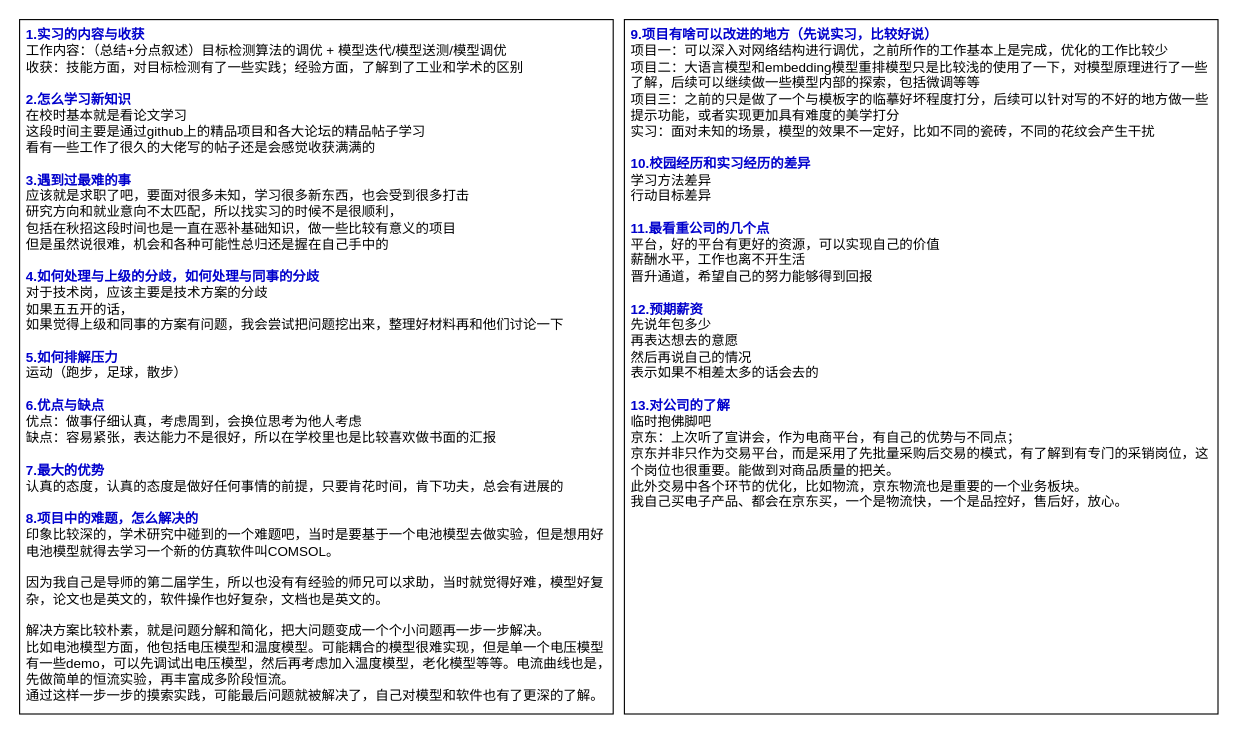
Above: HR面试.drawio in limpid-11/drawio (draw.io), before the change. Source tidied: cells renumbered, new cells numbered last; positions are measured from the earlier drawing's top-left corner, leaving out a move shared by most shapes. Both pictures are drawn from the tidied source at 112%, with x=0, y=0 at pixel (19, 19).
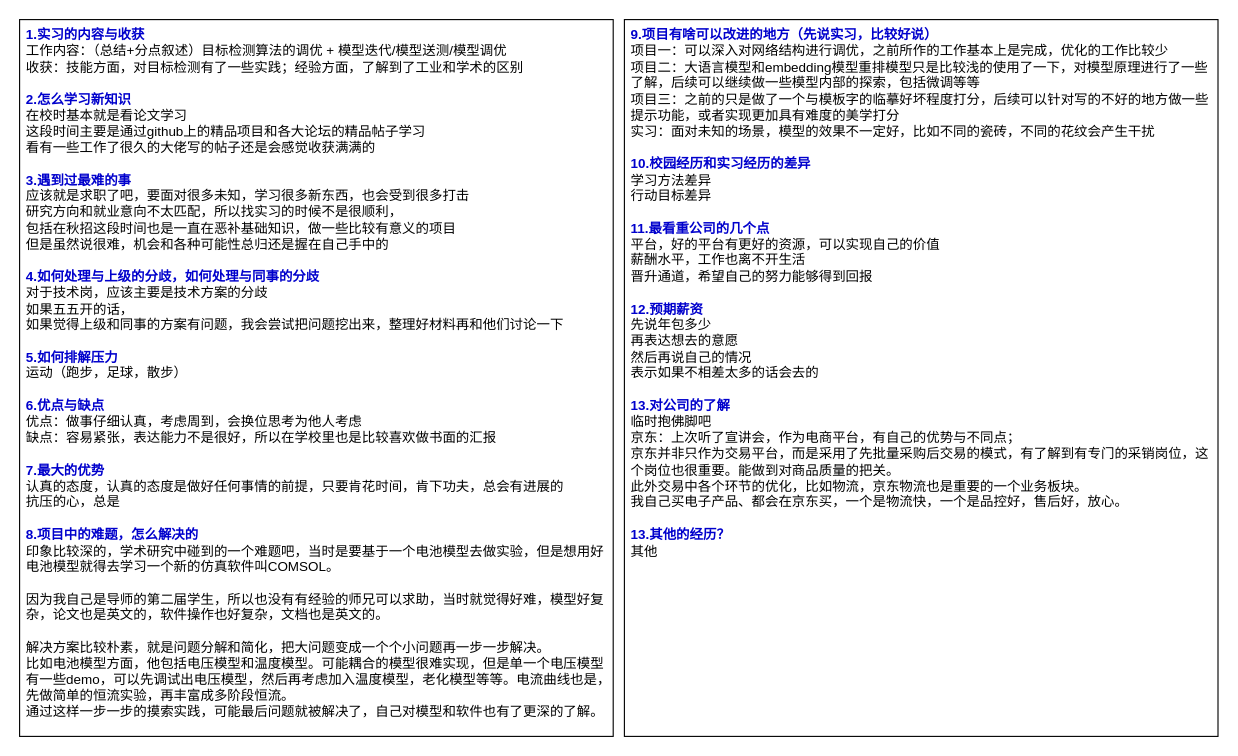
After the change.

What changed in the source:
```diff
@@
 <mxGraphModel>
   <root>
     <mxCell id="0" />
     <mxCell id="1" parent="0" />
-    <mxCell id="2" value="&lt;font color=&quot;#0000cc&quot;&gt;&lt;b&gt;1.实习的内容与收获&lt;/b&gt;&lt;/font&gt;&lt;div&gt;工作内容：（总结+分点叙述）目标检测算法的调优 + 模型迭代/模型送测/模型调优&lt;/div&gt;&lt;div&gt;收获：&lt;span style=&quot;background-color: initial;&quot;&gt;技能方面，对目标检测有了一些实践；&lt;/span&gt;&lt;span style=&quot;background-color: initial;&quot;&gt;经验方面，了解到了工业和学术的区别&lt;/span&gt;&lt;/div&gt;&lt;div&gt;&lt;br&gt;&lt;/div&gt;&lt;div&gt;&lt;font color=&quot;#0000cc&quot;&gt;&lt;b&gt;2.怎么学习新知识&lt;/b&gt;&lt;/font&gt;&lt;/div&gt;&lt;div&gt;在校时基本就是看论文学习&lt;/div&gt;&lt;div&gt;这段时间主要是通过github上的精品项目和各大论坛的精品帖子学习&lt;/div&gt;&lt;div&gt;看有一些工作了很久的大佬写的帖子还是会感觉收获满满的&lt;/div&gt;&lt;div&gt;&lt;br&gt;&lt;/div&gt;&lt;div&gt;&lt;font color=&quot;#0000cc&quot;&gt;&lt;b&gt;3.遇到过最难的事&lt;/b&gt;&lt;/font&gt;&lt;/div&gt;&lt;div&gt;应该就是求职了吧，要面对很多未知，学习很多新东西，也会受到很多打击&lt;/div&gt;&lt;div&gt;研究方向和就业意向不太匹配，所以找实习的时候不是很顺利，&lt;/div&gt;&lt;div&gt;包括在秋招这段时间也是一直在恶补基础知识，做一些比较有意义的项目&lt;/div&gt;&lt;div&gt;但是虽然说很难，机会和各种可能性总归还是握在自己手中的&lt;/div&gt;&lt;div&gt;&lt;br&gt;&lt;/div&gt;&lt;div&gt;&lt;font color=&quot;#0000cc&quot;&gt;&lt;b&gt;4.如何处理与上级的分歧，如何处理与同事的分歧&lt;/b&gt;&lt;/font&gt;&lt;/div&gt;&lt;div&gt;对于技术岗，应该主要是技术方案的分歧&lt;/div&gt;&lt;div&gt;如果五五开的话，&lt;/div&gt;&lt;div&gt;如果觉得上级和同事的方案有问题，我会尝试把问题挖出来，整理好材料再和他们讨论一下&lt;/div&gt;&lt;div&gt;&lt;br&gt;&lt;/div&gt;&lt;div&gt;&lt;font color=&quot;#0000cc&quot;&gt;&lt;b&gt;5.如何排解压力&lt;/b&gt;&lt;/font&gt;&lt;/div&gt;&lt;div&gt;运动（跑步，足球，散步）&lt;/div&gt;&lt;div&gt;&lt;br&gt;&lt;/div&gt;&lt;div&gt;&lt;font color=&quot;#0000cc&quot;&gt;&lt;b&gt;6.优点与缺点&lt;/b&gt;&lt;/font&gt;&lt;/div&gt;&lt;div&gt;优点：做事仔细认真，考虑周到，会换位思考为他人考虑&lt;/div&gt;&lt;div&gt;缺点：容易紧张，表达能力不是很好，所以在学校里也是比较喜欢做书面的汇报&lt;/div&gt;&lt;div&gt;&lt;br&gt;&lt;/div&gt;&lt;div&gt;&lt;font color=&quot;#0000cc&quot;&gt;&lt;b&gt;7.最大的优势&lt;/b&gt;&lt;/font&gt;&lt;/div&gt;&lt;div&gt;认真的态度，认真的态度是做好任何事情的前提，只要肯花时间，肯下功夫，总会有进展的&lt;/div&gt;&lt;div&gt;&lt;br&gt;&lt;/div&gt;&lt;div&gt;&lt;font color=&quot;#0000cc&quot;&gt;&lt;b&gt;8.项目中的难题，怎么解决的&lt;/b&gt;&lt;/font&gt;&lt;/div&gt;&lt;div&gt;印象比较深的，学术研究中碰到的一个难题吧，当时是要基于一个电池模型去做实验，但是想用好电池模型就得去学习一个新的仿真软件叫COMSOL。&lt;/div&gt;&lt;div&gt;&lt;br&gt;&lt;/div&gt;&lt;div&gt;因为我自己是导师的第二届学生，所以也没有有经验的师兄可以求助，当时就觉得好难，模型好复杂，论文也是英文的，软件操作也好复杂，文档也是英文的。&lt;/div&gt;&lt;div&gt;&lt;br&gt;&lt;/div&gt;&lt;div&gt;解决方案比较朴素，就是问题分解和简化，把大问题变成一个个小问题再一步一步解决。&lt;/div&gt;&lt;div&gt;比如电池模型方面，他包括电压模型和温度模型。可能耦合的模型很难实现，但是单一个电压模型有一些demo，可以先调试出电压模型，然后再考虑加入温度模型，老化模型等等。电流曲线也是，先做简单的恒流实验，再丰富成多阶段恒流。&lt;/div&gt;&lt;div&gt;通过这样一步一步的摸索实践，可能最后问题就被解决了，自己对模型和软件也有了更深的了解。&lt;/div&gt;&lt;div&gt;&lt;br&gt;&lt;/div&gt;" style="rounded=0;whiteSpace=wrap;html=1;align=left;verticalAlign=top;spacingLeft=4;" parent="1" vertex="1">
-      <mxGeometry width="530" height="620" as="geometry" />
+    <mxCell id="2" value="&lt;font color=&quot;#0000cc&quot;&gt;&lt;b&gt;1.实习的内容与收获&lt;/b&gt;&lt;/font&gt;&lt;div&gt;工作内容：（总结+分点叙述）目标检测算法的调优 + 模型迭代/模型送测/模型调优&lt;/div&gt;&lt;div&gt;收获：&lt;span style=&quot;background-color: initial;&quot;&gt;技能方面，对目标检测有了一些实践；&lt;/span&gt;&lt;span style=&quot;background-color: initial;&quot;&gt;经验方面，了解到了工业和学术的区别&lt;/span&gt;&lt;/div&gt;&lt;div&gt;&lt;br&gt;&lt;/div&gt;&lt;div&gt;&lt;font color=&quot;#0000cc&quot;&gt;&lt;b&gt;2.怎么学习新知识&lt;/b&gt;&lt;/font&gt;&lt;/div&gt;&lt;div&gt;在校时基本就是看论文学习&lt;/div&gt;&lt;div&gt;这段时间主要是通过github上的精品项目和各大论坛的精品帖子学习&lt;/div&gt;&lt;div&gt;看有一些工作了很久的大佬写的帖子还是会感觉收获满满的&lt;/div&gt;&lt;div&gt;&lt;br&gt;&lt;/div&gt;&lt;div&gt;&lt;font color=&quot;#0000cc&quot;&gt;&lt;b&gt;3.遇到过最难的事&lt;/b&gt;&lt;/font&gt;&lt;/div&gt;&lt;div&gt;应该就是求职了吧，要面对很多未知，学习很多新东西，也会受到很多打击&lt;/div&gt;&lt;div&gt;研究方向和就业意向不太匹配，所以找实习的时候不是很顺利，&lt;/div&gt;&lt;div&gt;包括在秋招这段时间也是一直在恶补基础知识，做一些比较有意义的项目&lt;/div&gt;&lt;div&gt;但是虽然说很难，机会和各种可能性总归还是握在自己手中的&lt;/div&gt;&lt;div&gt;&lt;br&gt;&lt;/div&gt;&lt;div&gt;&lt;font color=&quot;#0000cc&quot;&gt;&lt;b&gt;4.如何处理与上级的分歧，如何处理与同事的分歧&lt;/b&gt;&lt;/font&gt;&lt;/div&gt;&lt;div&gt;对于技术岗，应该主要是技术方案的分歧&lt;/div&gt;&lt;div&gt;如果五五开的话，&lt;/div&gt;&lt;div&gt;如果觉得上级和同事的方案有问题，我会尝试把问题挖出来，整理好材料再和他们讨论一下&lt;/div&gt;&lt;div&gt;&lt;br&gt;&lt;/div&gt;&lt;div&gt;&lt;font color=&quot;#0000cc&quot;&gt;&lt;b&gt;5.如何排解压力&lt;/b&gt;&lt;/font&gt;&lt;/div&gt;&lt;div&gt;运动（跑步，足球，散步）&lt;/div&gt;&lt;div&gt;&lt;br&gt;&lt;/div&gt;&lt;div&gt;&lt;font color=&quot;#0000cc&quot;&gt;&lt;b&gt;6.优点与缺点&lt;/b&gt;&lt;/font&gt;&lt;/div&gt;&lt;div&gt;优点：做事仔细认真，考虑周到，会换位思考为他人考虑&lt;/div&gt;&lt;div&gt;缺点：容易紧张，表达能力不是很好，所以在学校里也是比较喜欢做书面的汇报&lt;/div&gt;&lt;div&gt;&lt;br&gt;&lt;/div&gt;&lt;div&gt;&lt;font color=&quot;#0000cc&quot;&gt;&lt;b&gt;7.最大的优势&lt;/b&gt;&lt;/font&gt;&lt;/div&gt;&lt;div&gt;认真的态度，认真的态度是做好任何事情的前提，只要肯花时间，肯下功夫，总会有进展的&lt;/div&gt;&lt;div&gt;抗压的心，总是&lt;/div&gt;&lt;div&gt;&lt;br&gt;&lt;/div&gt;&lt;div&gt;&lt;font color=&quot;#0000cc&quot;&gt;&lt;b&gt;8.项目中的难题，怎么解决的&lt;/b&gt;&lt;/font&gt;&lt;/div&gt;&lt;div&gt;印象比较深的，学术研究中碰到的一个难题吧，当时是要基于一个电池模型去做实验，但是想用好电池模型就得去学习一个新的仿真软件叫COMSOL。&lt;/div&gt;&lt;div&gt;&lt;br&gt;&lt;/div&gt;&lt;div&gt;因为我自己是导师的第二届学生，所以也没有有经验的师兄可以求助，当时就觉得好难，模型好复杂，论文也是英文的，软件操作也好复杂，文档也是英文的。&lt;/div&gt;&lt;div&gt;&lt;br&gt;&lt;/div&gt;&lt;div&gt;解决方案比较朴素，就是问题分解和简化，把大问题变成一个个小问题再一步一步解决。&lt;/div&gt;&lt;div&gt;比如电池模型方面，他包括电压模型和温度模型。可能耦合的模型很难实现，但是单一个电压模型有一些demo，可以先调试出电压模型，然后再考虑加入温度模型，老化模型等等。电流曲线也是，先做简单的恒流实验，再丰富成多阶段恒流。&lt;/div&gt;&lt;div&gt;通过这样一步一步的摸索实践，可能最后问题就被解决了，自己对模型和软件也有了更深的了解。&lt;/div&gt;&lt;div&gt;&lt;br&gt;&lt;/div&gt;" style="rounded=0;whiteSpace=wrap;html=1;align=left;verticalAlign=top;spacingLeft=4;" parent="1" vertex="1">
+      <mxGeometry width="530" height="640" as="geometry" />
     </mxCell>
-    <mxCell id="3" value="&lt;font color=&quot;#0000cc&quot;&gt;&lt;b&gt;9.项目有啥可以改进的地方（先说实习，比较好说）&lt;/b&gt;&lt;/font&gt;&lt;div&gt;项目一：可以深入对网络结构进行调优，之前所作的工作基本上是完成，优化的工作比较少&lt;/div&gt;&lt;div&gt;项目二：大语言模型和embedding模型重排模型只是比较浅的使用了一下，对模型原理进行了一些了解，后续可以继续做一些模型内部的探索，包括微调等等&lt;/div&gt;&lt;div&gt;项目三：之前的只是做了一个与模板字的临摹好坏程度打分，后续可以针对写的不好的地方做一些提示功能，或者实现更加具有难度的美学打分&lt;/div&gt;&lt;div&gt;实习：面对未知的场景，模型的效果不一定好，比如不同的瓷砖，不同的花纹会产生干扰&lt;/div&gt;&lt;div&gt;&lt;span style=&quot;background-color: initial;&quot;&gt;&lt;br&gt;&lt;/span&gt;&lt;/div&gt;&lt;div&gt;&lt;b style=&quot;color: rgb(0, 0, 204);&quot;&gt;10.校园经历和实习经历的差异&lt;/b&gt;&lt;/div&gt;&lt;div&gt;学习方法差异&lt;/div&gt;&lt;div&gt;行动目标差异&lt;/div&gt;&lt;div&gt;&lt;br&gt;&lt;/div&gt;&lt;div&gt;&lt;b style=&quot;color: rgb(0, 0, 204);&quot;&gt;11.最看重公司的几个点&lt;/b&gt;&lt;br&gt;&lt;/div&gt;&lt;div&gt;平台，好的平台有更好的资源，可以实现自己的价值&lt;br&gt;&lt;/div&gt;&lt;div&gt;薪酬水平，工作也离不开生活&lt;/div&gt;&lt;div&gt;晋升通道，希望自己的努力能够得到回报&lt;/div&gt;&lt;div&gt;&lt;br&gt;&lt;/div&gt;&lt;div&gt;&lt;b style=&quot;color: rgb(0, 0, 204);&quot;&gt;12.预期薪资&lt;/b&gt;&lt;br&gt;&lt;/div&gt;&lt;div&gt;先说年包多少&lt;/div&gt;&lt;div&gt;再表达想去的意愿&lt;/div&gt;&lt;div&gt;然后再说自己的情况&lt;/div&gt;&lt;div&gt;表示如果不相差太多的话&lt;span style=&quot;background-color: initial;&quot;&gt;会去的&lt;/span&gt;&lt;/div&gt;&lt;div&gt;&lt;span style=&quot;background-color: initial;&quot;&gt;&lt;br&gt;&lt;/span&gt;&lt;/div&gt;&lt;div&gt;&lt;b style=&quot;color: rgb(0, 0, 204);&quot;&gt;13.对公司的了解&lt;/b&gt;&lt;span style=&quot;background-color: initial;&quot;&gt;&lt;br&gt;&lt;/span&gt;&lt;/div&gt;&lt;div&gt;临时抱佛脚吧&lt;b style=&quot;color: rgb(0, 0, 204);&quot;&gt;&lt;br&gt;&lt;/b&gt;&lt;/div&gt;&lt;div&gt;京东：上次听了宣讲会，作为电商平台，有自己的优势与不同点；&lt;/div&gt;&lt;div&gt;京东并非只作为交易平台，而是采用了先批量采购后交易的模式，有了解到有专门的采销岗位，这个岗位也很重要。能做到对商品质量的把关。&lt;/div&gt;&lt;div&gt;此外交易中各个环节的优化，比如物流，京东物流也是重要的一个业务板块。&lt;/div&gt;&lt;div&gt;我自己买电子产品、都会在京东买，一个是物流快，一个是品控好，售后好，放心。&lt;/div&gt;" style="rounded=0;whiteSpace=wrap;html=1;align=left;verticalAlign=top;spacingLeft=4;" parent="1" vertex="1">
-      <mxGeometry x="540" width="530" height="620" as="geometry" />
+    <mxCell id="3" value="&lt;font color=&quot;#0000cc&quot;&gt;&lt;b&gt;9.项目有啥可以改进的地方（先说实习，比较好说）&lt;/b&gt;&lt;/font&gt;&lt;div&gt;项目一：可以深入对网络结构进行调优，之前所作的工作基本上是完成，优化的工作比较少&lt;/div&gt;&lt;div&gt;项目二：大语言模型和embedding模型重排模型只是比较浅的使用了一下，对模型原理进行了一些了解，后续可以继续做一些模型内部的探索，包括微调等等&lt;/div&gt;&lt;div&gt;项目三：之前的只是做了一个与模板字的临摹好坏程度打分，后续可以针对写的不好的地方做一些提示功能，或者实现更加具有难度的美学打分&lt;/div&gt;&lt;div&gt;实习：面对未知的场景，模型的效果不一定好，比如不同的瓷砖，不同的花纹会产生干扰&lt;/div&gt;&lt;div&gt;&lt;span style=&quot;background-color: initial;&quot;&gt;&lt;br&gt;&lt;/span&gt;&lt;/div&gt;&lt;div&gt;&lt;b style=&quot;color: rgb(0, 0, 204);&quot;&gt;10.校园经历和实习经历的差异&lt;/b&gt;&lt;/div&gt;&lt;div&gt;学习方法差异&lt;/div&gt;&lt;div&gt;行动目标差异&lt;/div&gt;&lt;div&gt;&lt;br&gt;&lt;/div&gt;&lt;div&gt;&lt;b style=&quot;color: rgb(0, 0, 204);&quot;&gt;11.最看重公司的几个点&lt;/b&gt;&lt;br&gt;&lt;/div&gt;&lt;div&gt;平台，好的平台有更好的资源，可以实现自己的价值&lt;br&gt;&lt;/div&gt;&lt;div&gt;薪酬水平，工作也离不开生活&lt;/div&gt;&lt;div&gt;晋升通道，希望自己的努力能够得到回报&lt;/div&gt;&lt;div&gt;&lt;br&gt;&lt;/div&gt;&lt;div&gt;&lt;b style=&quot;color: rgb(0, 0, 204);&quot;&gt;12.预期薪资&lt;/b&gt;&lt;br&gt;&lt;/div&gt;&lt;div&gt;先说年包多少&lt;/div&gt;&lt;div&gt;再表达想去的意愿&lt;/div&gt;&lt;div&gt;然后再说自己的情况&lt;/div&gt;&lt;div&gt;表示如果不相差太多的话&lt;span style=&quot;background-color: initial;&quot;&gt;会去的&lt;/span&gt;&lt;/div&gt;&lt;div&gt;&lt;span style=&quot;background-color: initial;&quot;&gt;&lt;br&gt;&lt;/span&gt;&lt;/div&gt;&lt;div&gt;&lt;b style=&quot;color: rgb(0, 0, 204);&quot;&gt;13.对公司的了解&lt;/b&gt;&lt;span style=&quot;background-color: initial;&quot;&gt;&lt;br&gt;&lt;/span&gt;&lt;/div&gt;&lt;div&gt;临时抱佛脚吧&lt;b style=&quot;color: rgb(0, 0, 204);&quot;&gt;&lt;br&gt;&lt;/b&gt;&lt;/div&gt;&lt;div&gt;京东：上次听了宣讲会，作为电商平台，有自己的优势与不同点；&lt;/div&gt;&lt;div&gt;京东并非只作为交易平台，而是采用了先批量采购后交易的模式，有了解到有专门的采销岗位，这个岗位也很重要。能做到对商品质量的把关。&lt;/div&gt;&lt;div&gt;此外交易中各个环节的优化，比如物流，京东物流也是重要的一个业务板块。&lt;/div&gt;&lt;div&gt;我自己买电子产品、都会在京东买，一个是物流快，一个是品控好，售后好，放心。&lt;/div&gt;&lt;div&gt;&lt;br&gt;&lt;/div&gt;&lt;div&gt;&lt;b style=&quot;color: rgb(0, 0, 204);&quot;&gt;13.其他的经历？&lt;/b&gt;&lt;br&gt;&lt;/div&gt;&lt;div&gt;其他&lt;b style=&quot;color: rgb(0, 0, 204);&quot;&gt;&lt;br&gt;&lt;/b&gt;&lt;/div&gt;" style="rounded=0;whiteSpace=wrap;html=1;align=left;verticalAlign=top;spacingLeft=4;" parent="1" vertex="1">
+      <mxGeometry x="540" width="530" height="640" as="geometry" />
     </mxCell>
   </root>
 </mxGraphModel>
```
